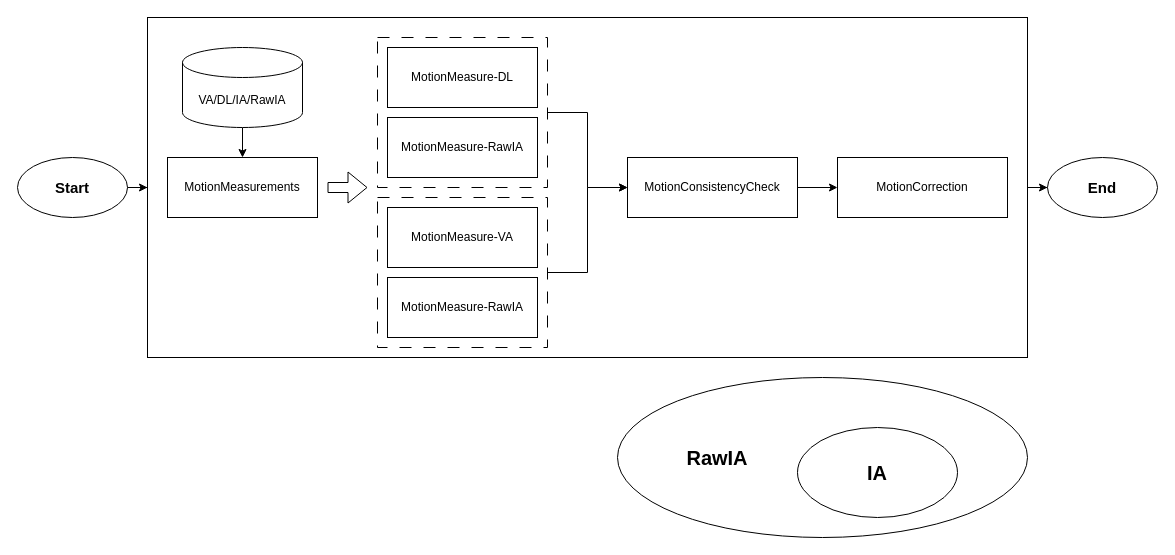
Above: 方向一致性.drawio in Angzz/drawio (draw.io), before the change. Source tidied: cells renumbered, new cells numbered last; positions are measured from the earlier drawing's top-left corner, leaving out a move shared by most shapes. Both pictures are drawn from the tidied source at 100%, with x=0, y=0 at pixel (17, 17).
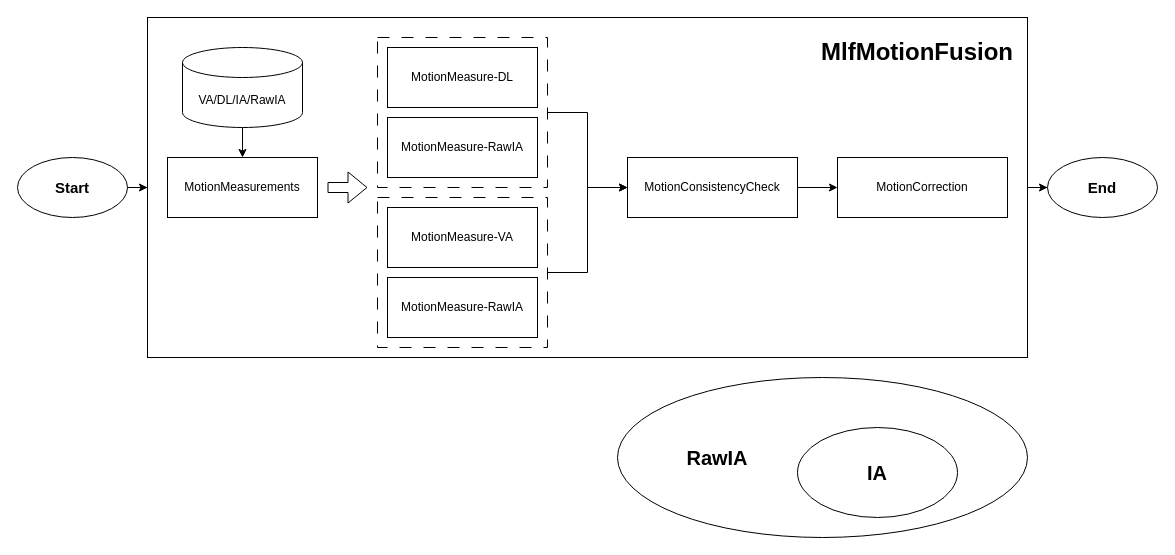
The same diagram, later.

Commit message (it also covers changes not shown here):
更新方向一致性.drawio

Change to the diagram source:
```diff
@@
+    <mxCell id="25" value="MlfMotionFusion" style="text;html=1;align=center;verticalAlign=middle;whiteSpace=wrap;rounded=0;fontStyle=1;fontSize=24;" parent="1" vertex="1">
+      <mxGeometry x="870" y="20" width="60" height="30" as="geometry" />
+    </mxCell>
```
